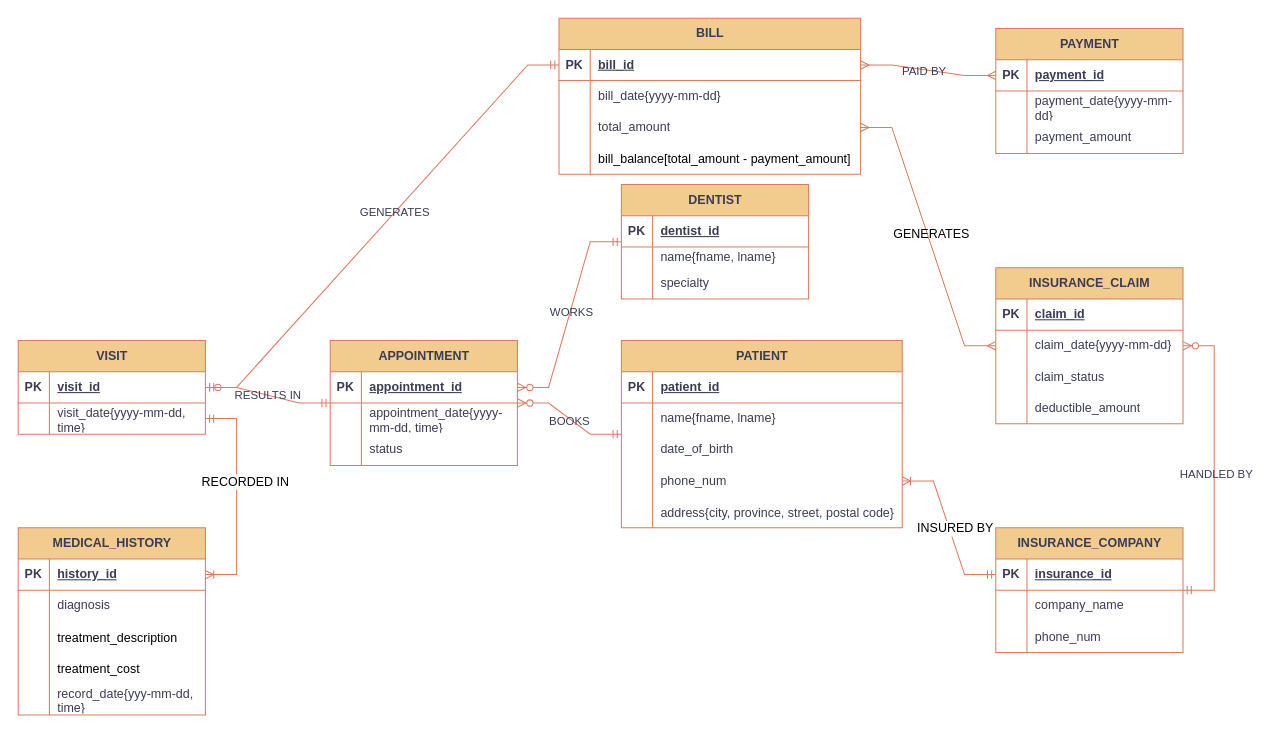
The draw.io diagram page "ERD" (1 of 3) of DB - Final Project - ERD, Revised ERD, Logica Schema.drawio in 23Parzival/DB-Final-Project, before the edit. Source tidied: cells renumbered, new cells numbered last; positions are measured from the earlier drawing's top-left corner, leaving out a move shared by most shapes. Both pictures are drawn from the tidied source at 104%, with x=0, y=0 at pixel (18, 18).
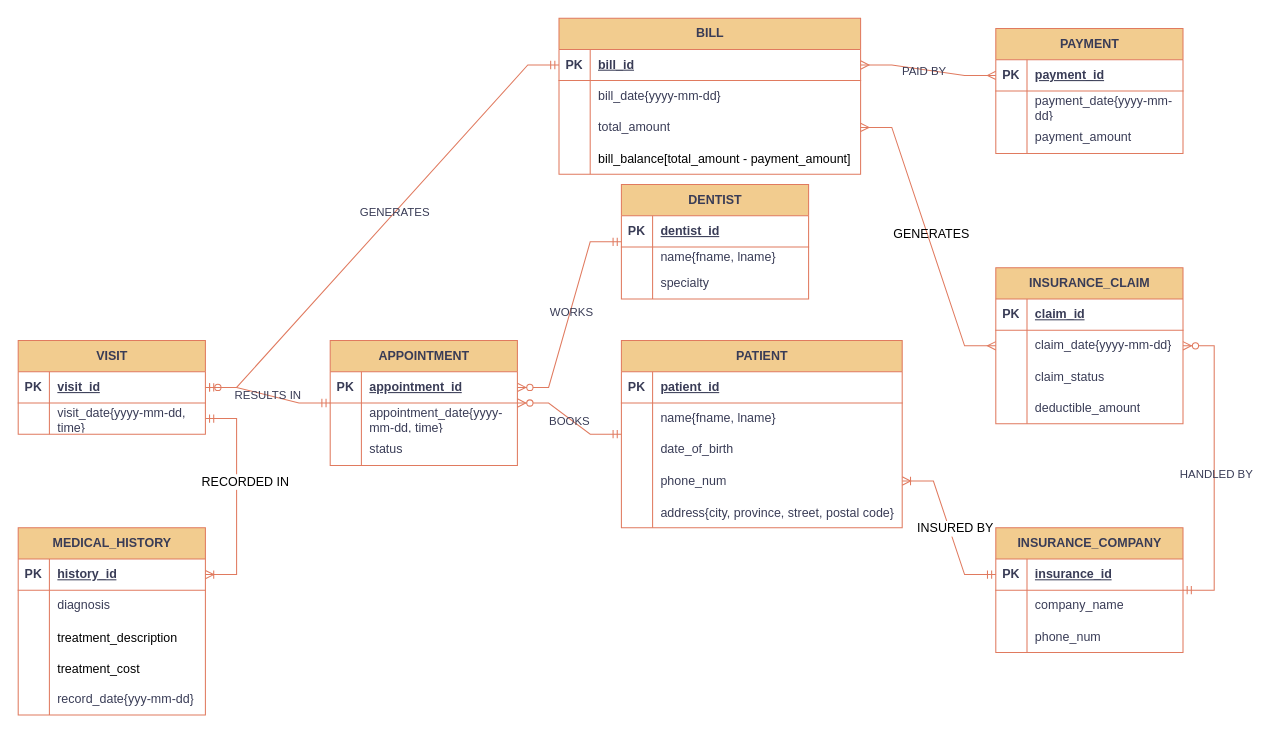
The same diagram, later.

The change refers to these unchanged cells:
```xml
<mxCell id="81" style="shape=tableRow;horizontal=0;startSize=0;swimlaneHead=0;swimlaneBody=0;fillColor=none;top=0;left=0;right=0;bottom=0;labelBackgroundColor=none;strokeColor=#E07A5F;fontColor=#393C56;" parent="68" vertex="1">
  <mxGeometry y="150" width="180" height="30" as="geometry" />
</mxCell>
```

Change to the diagram source:
```diff
@@
-    <mxCell id="83" value="record_date{yyy-mm-dd, time}" style="shape=partialRectangle;fillColor=none;top=0;left=0;bottom=0;right=0;align=left;spacingLeft=6;overflow=hidden;whiteSpace=wrap;html=1;labelBackgroundColor=none;strokeColor=#E07A5F;fontColor=#393C56;" parent="81" vertex="1">
+    <mxCell id="83" value="record_date{yyy-mm-dd}" style="shape=partialRectangle;fillColor=none;top=0;left=0;bottom=0;right=0;align=left;spacingLeft=6;overflow=hidden;whiteSpace=wrap;html=1;labelBackgroundColor=none;strokeColor=#E07A5F;fontColor=#393C56;" parent="81" vertex="1">
       <mxGeometry x="30" width="150" height="30" as="geometry" />
     </mxCell>
```
